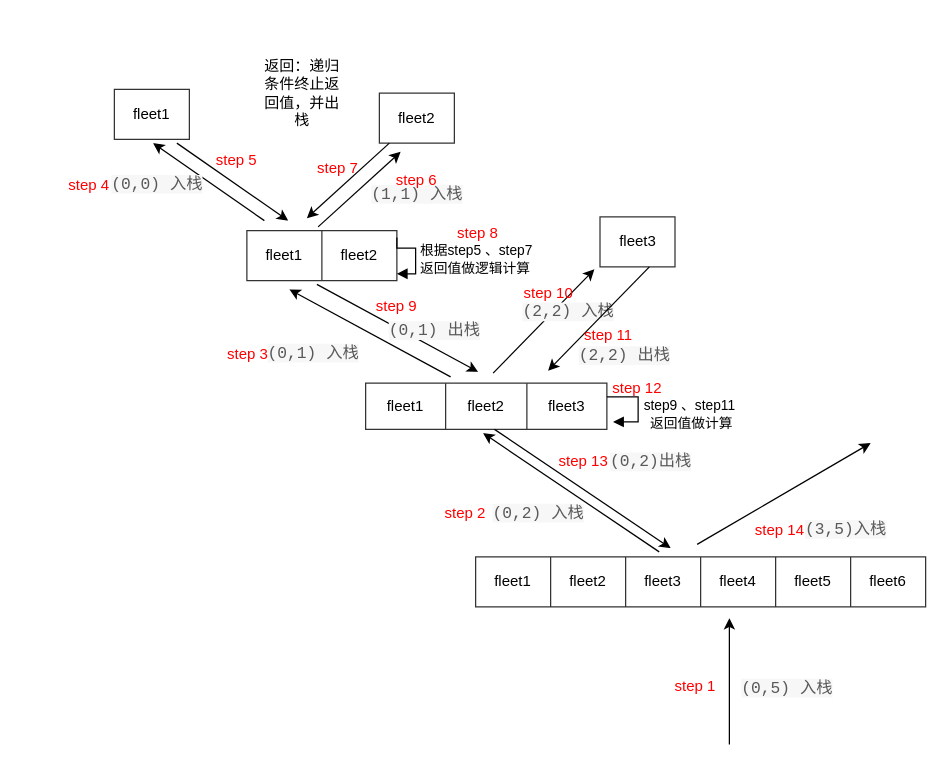
wuhaiyang/wuhaiyang.github.io keeps this draw.io diagram as 算法.drawio. Above is the earlier version. Source tidied: cells renumbered, new cells numbered last; positions are measured from the earlier drawing's top-left corner, leaving out a move shared by most shapes. Both pictures are drawn from the tidied source at 125%, with x=0, y=0 at pixel (64, 80).
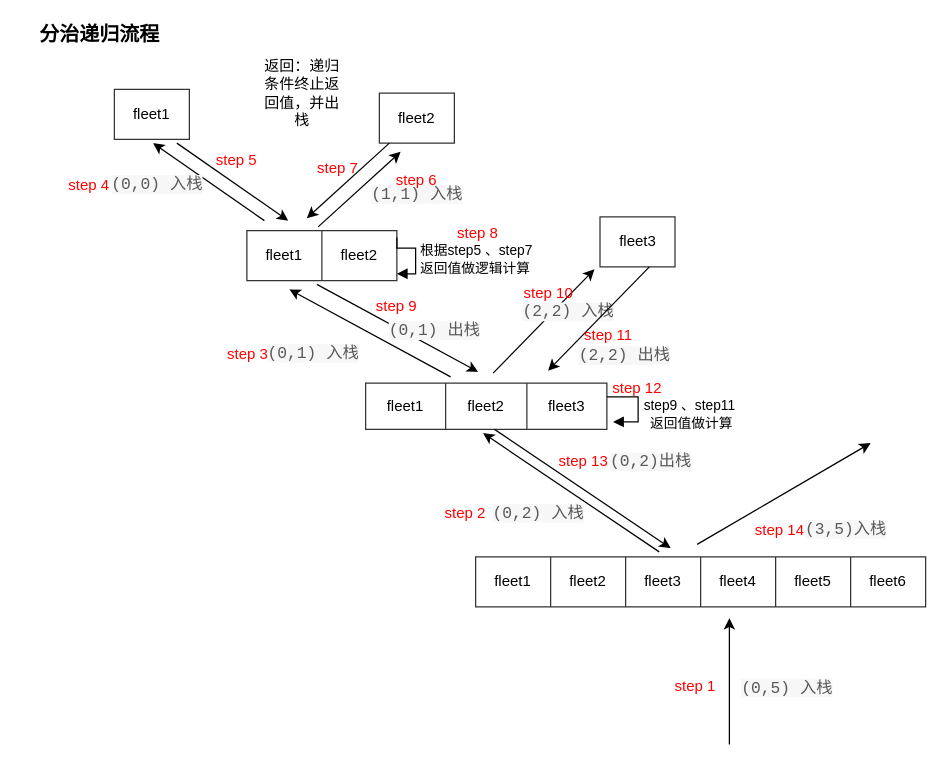
The same page after the edit.

Diff of the diagram source:
```diff
@@
+    <mxCell id="68" value="分治递归流程" style="text;html=1;strokeColor=none;fillColor=none;align=center;verticalAlign=middle;whiteSpace=wrap;rounded=0;fontStyle=1;fontSize=16;" parent="1" vertex="1">
+      <mxGeometry x="-34" y="-47" width="125" height="20" as="geometry" />
+    </mxCell>
```
